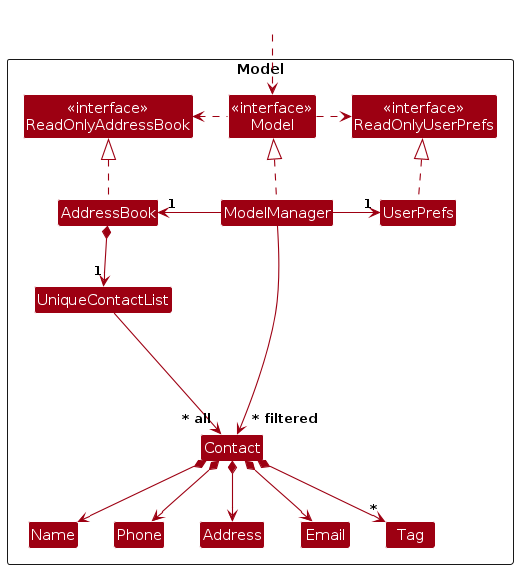
This is diagrams/ModelClassDiagram.png from AY2425S2-CS2103-F08-4/tp, a PlantUML export, as it was before one commit. Its source is kept beside it as diagrams/ModelClassDiagram.puml. Its diagram source:
```plantuml
@startuml
!include style.puml
skinparam arrowThickness 1.1
skinparam arrowColor MODEL_COLOR
skinparam classBackgroundColor MODEL_COLOR

Package Model as ModelPackage <<Rectangle>>{
Class "<<interface>>\nReadOnlyAddressBook" as ReadOnlyAddressBook
Class "<<interface>>\nReadOnlyUserPrefs" as ReadOnlyUserPrefs
Class "<<interface>>\nModel" as Model
Class AddressBook
Class ModelManager
Class UserPrefs

Class UniqueContactList
Class Contact
Class Address
Class Email
Class Name
Class Phone
Class Tag

Class I #FFFFFF
}

Class HiddenOutside #FFFFFF
HiddenOutside ..> Model

AddressBook .up.|> ReadOnlyAddressBook

ModelManager .up.|> Model
Model .right.> ReadOnlyUserPrefs
Model .left.> ReadOnlyAddressBook
ModelManager -left-> "1" AddressBook
ModelManager -right-> "1" UserPrefs
UserPrefs .up.|> ReadOnlyUserPrefs

AddressBook *--> "1" UniqueContactList
UniqueContactList --> "~* all" Contact
Contact *--> Name
Contact *--> Phone
Contact *--> Email
Contact *--> Address
Contact *--> "*" Tag

Contact -[hidden]up--> I
UniqueContactList -[hidden]right-> I

Name -[hidden]right-> Phone
Phone -[hidden]right-> Address
Address -[hidden]right-> Email

ModelManager --> "~* filtered" Contact
@enduml
```
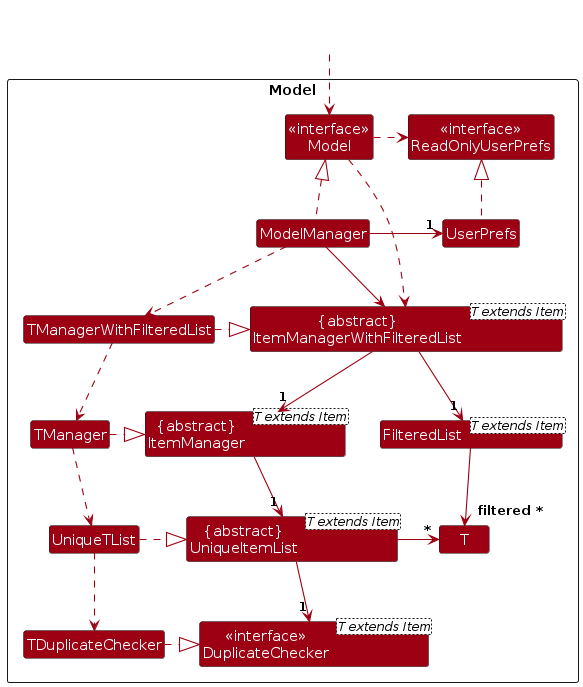
After the change.

Change to the diagram source:
```diff
@@ -1,54 +1,48 @@
 @startuml
+allow_mixing
 !include style.puml
 skinparam arrowThickness 1.1
 skinparam arrowColor MODEL_COLOR
 skinparam classBackgroundColor MODEL_COLOR
 
 Package Model as ModelPackage <<Rectangle>>{
-Class "<<interface>>\nReadOnlyAddressBook" as ReadOnlyAddressBook
+Class "{abstract}\nItemManagerWithFilteredList" as ManagerAndList<T extends Item>
+Class "{abstract}\nItemManager" as Manager<T extends Item>
+Class FilteredList<T extends Item>
+Class "{abstract}\nUniqueItemList" as List<T extends Item>
+Class "<<interface>>\nDuplicateChecker" as Checker<T extends Item>
+Class TManagerWithFilteredList
+Class TManager
+Class UniqueTList
+Class T
 Class "<<interface>>\nReadOnlyUserPrefs" as ReadOnlyUserPrefs
 Class "<<interface>>\nModel" as Model
-Class AddressBook
 Class ModelManager
 Class UserPrefs
-
-Class UniqueContactList
-Class Contact
-Class Address
-Class Email
-Class Name
-Class Phone
-Class Tag
-
-Class I #FFFFFF
+class TDuplicateChecker
 }
 
-Class HiddenOutside #FFFFFF
+Cloud HiddenOutside
 HiddenOutside ..> Model
-
-AddressBook .up.|> ReadOnlyAddressBook
 
 ModelManager .up.|> Model
 Model .right.> ReadOnlyUserPrefs
-Model .left.> ReadOnlyAddressBook
-ModelManager -left-> "1" AddressBook
+Model .right.> ManagerAndList
+TManagerWithFilteredList .right.|> ManagerAndList
+ModelManager -down-> ManagerAndList
+ModelManager .down.> TManagerWithFilteredList
 ModelManager -right-> "1" UserPrefs
 UserPrefs .up.|> ReadOnlyUserPrefs
-
-AddressBook *--> "1" UniqueContactList
-UniqueContactList --> "~* all" Contact
-Contact *--> Name
-Contact *--> Phone
-Contact *--> Email
-Contact *--> Address
-Contact *--> "*" Tag
-
-Contact -[hidden]up--> I
-UniqueContactList -[hidden]right-> I
-
-Name -[hidden]right-> Phone
-Phone -[hidden]right-> Address
-Address -[hidden]right-> Email
-
-ModelManager --> "~* filtered" Contact
+ManagerAndList -down-> "1" FilteredList
+ManagerAndList -down-> "1" Manager
+TManager .right.|> Manager
+TManagerWithFilteredList .down.> TManager
+Manager -down-> "1" List
+UniqueTList .right.|> List
+TDuplicateChecker .right.|> Checker
+UniqueTList .down.> TDuplicateChecker
+TManager .down.> UniqueTList
+List -down-> "1" Checker
+List -right-> "*" T
+FilteredList -down-> "filtered *" T
 @enduml
```
